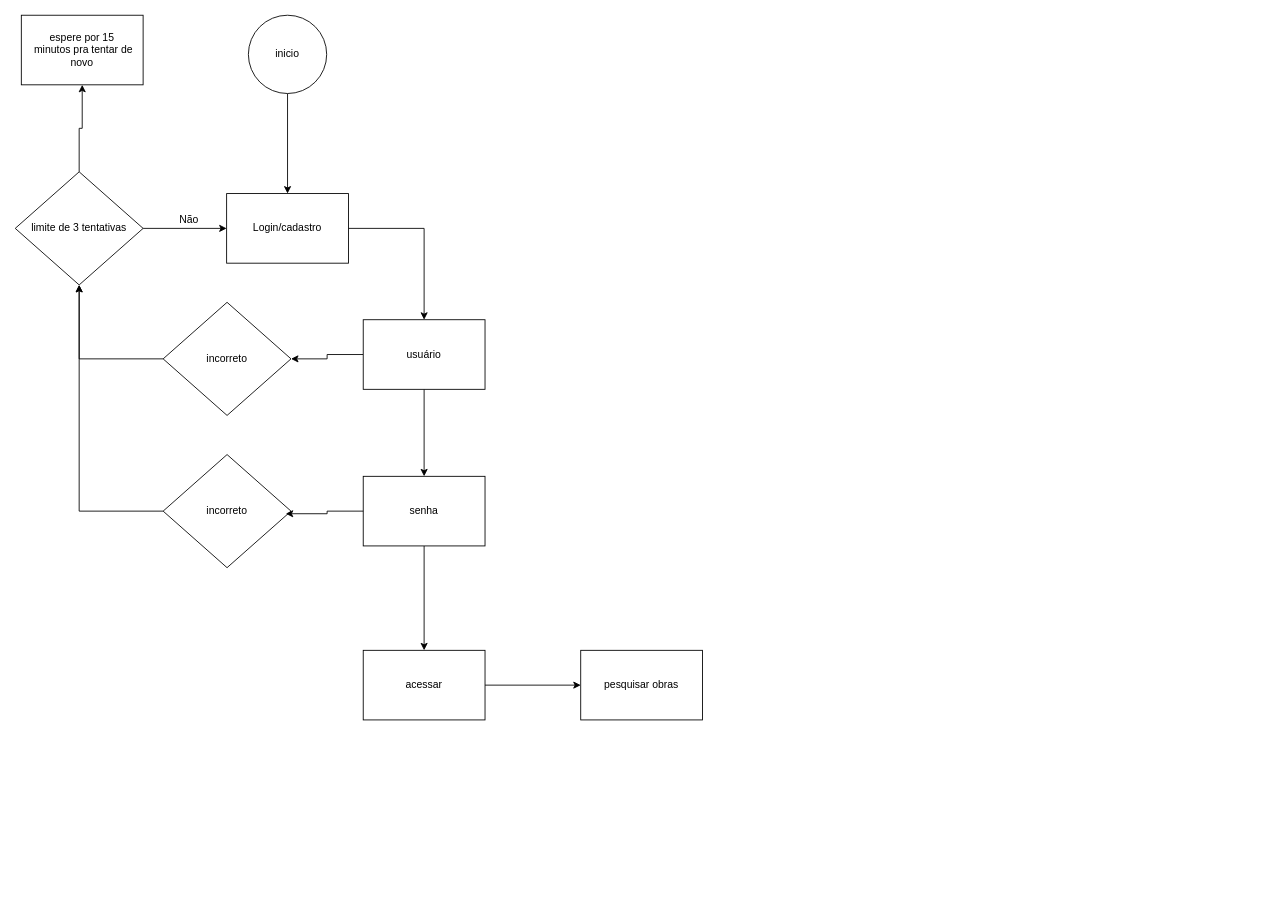
Above: Diagrama sem nome.drawio in Diogo288/Fluxuograma (draw.io), before the change. Source tidied: cells renumbered, new cells numbered last; positions are measured from the earlier drawing's top-left corner, leaving out a move shared by most shapes. Both pictures are drawn from the tidied source at 87%, with x=0, y=0 at pixel (15, 15).
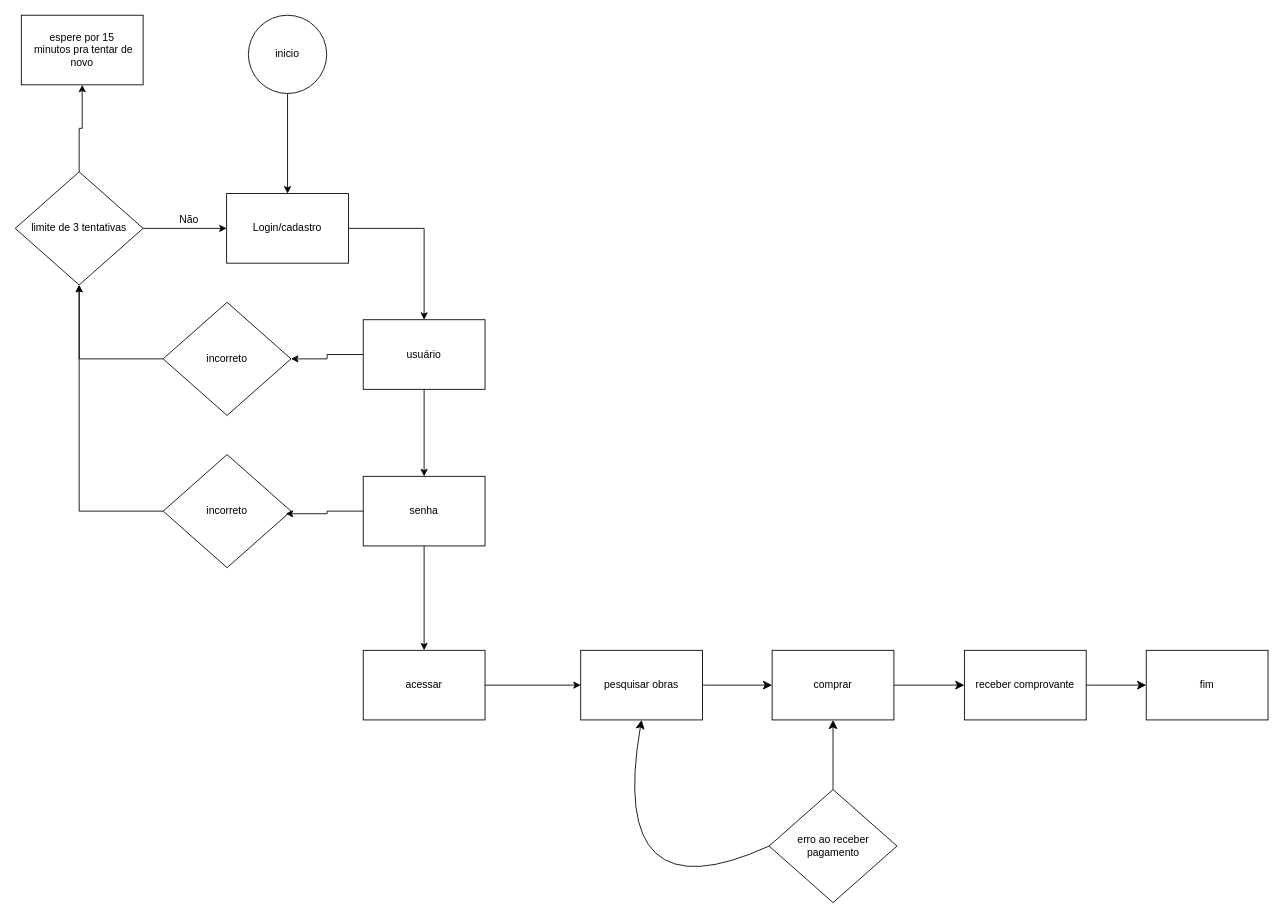
The same page after the edit.

Unchanged cells that the change refers to:
```xml
<mxCell id="23" value="pesquisar obras" style="rounded=0;whiteSpace=wrap;html=1;" parent="1" vertex="1">
  <mxGeometry x="650" y="730" width="140" height="80" as="geometry" />
</mxCell>
```

Change to the diagram source:
```diff
@@
+    <mxCell id="24" style="edgeStyle=none;curved=1;rounded=0;jettySize=auto;html=1;entryX=0;entryY=0.5;entryDx=0;entryDy=0;fontSize=12;startSize=8;endSize=8;" parent="1" edge="1" source="23" target="26">
+      <mxGeometry relative="1" as="geometry" />
+    </mxCell>
@@
+    <mxCell id="25" style="edgeStyle=none;curved=1;rounded=0;jettySize=auto;html=1;entryX=0;entryY=0.5;entryDx=0;entryDy=0;fontSize=12;startSize=8;endSize=8;" parent="1" edge="1" source="26" target="28">
+      <mxGeometry relative="1" as="geometry" />
+    </mxCell>
+    <mxCell id="26" value="comprar" style="rounded=0;whiteSpace=wrap;html=1;" parent="1" vertex="1">
+      <mxGeometry x="870" y="730" width="140" height="80" as="geometry" />
+    </mxCell>
+    <mxCell id="27" style="edgeStyle=none;curved=1;rounded=0;jettySize=auto;html=1;entryX=0;entryY=0.5;entryDx=0;entryDy=0;fontSize=12;startSize=8;endSize=8;" parent="1" edge="1" source="28" target="32">
+      <mxGeometry relative="1" as="geometry" />
+    </mxCell>
+    <mxCell id="28" value="receber comprovante" style="rounded=0;whiteSpace=wrap;html=1;" parent="1" vertex="1">
+      <mxGeometry x="1091" y="730" width="140" height="80" as="geometry" />
+    </mxCell>
+    <mxCell id="29" style="edgeStyle=none;curved=1;rounded=0;jettySize=auto;html=1;entryX=0.5;entryY=1;entryDx=0;entryDy=0;fontSize=12;startSize=8;endSize=8;exitX=0;exitY=0.5;exitDx=0;exitDy=0;" parent="1" edge="1" source="31" target="23">
+      <mxGeometry relative="1" as="geometry">
+        <Array as="points">
+          <mxPoint x="680" y="1040" />
+        </Array>
+      </mxGeometry>
+    </mxCell>
+    <mxCell id="30" style="edgeStyle=none;curved=1;rounded=0;jettySize=auto;html=1;entryX=0.5;entryY=1;entryDx=0;entryDy=0;fontSize=12;startSize=8;endSize=8;" parent="1" edge="1" source="31" target="26">
+      <mxGeometry relative="1" as="geometry" />
+    </mxCell>
+    <mxCell id="31" value="erro ao receber&lt;div&gt;pagamento&lt;/div&gt;" style="rhombus;whiteSpace=wrap;html=1;" parent="1" vertex="1">
+      <mxGeometry x="866.5" y="890" width="147" height="130" as="geometry" />
+    </mxCell>
+    <mxCell id="32" value="fim" style="rounded=0;whiteSpace=wrap;html=1;" parent="1" vertex="1">
+      <mxGeometry x="1300" y="730" width="140" height="80" as="geometry" />
+    </mxCell>
```
